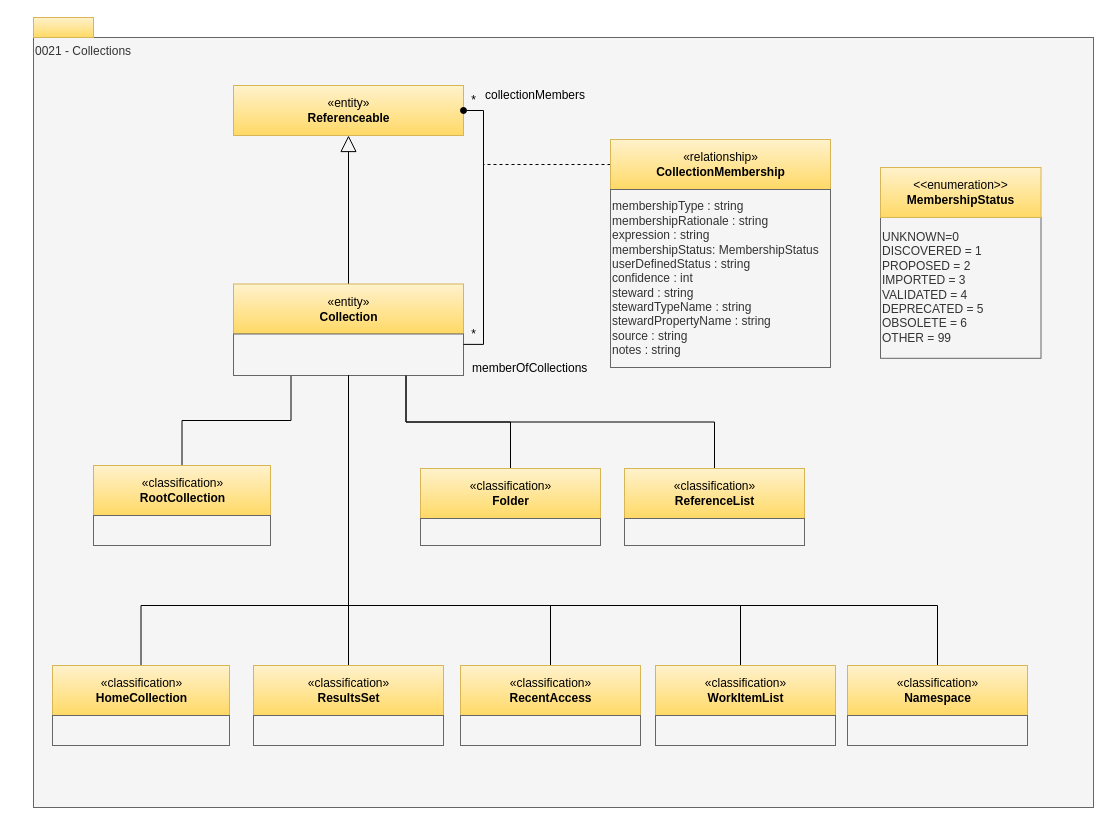
This is page "0021-Collections" (15 of 31) of site/docs/types/0/area-0-basic-types-and-infrastructure.drawio from odpi/egeria-docs, a draw.io file, before an edit. Source tidied: cells renumbered, new cells numbered last; positions are measured from the earlier drawing's top-left corner, leaving out a move shared by most shapes. Both pictures are drawn from the tidied source at 100%, with x=0, y=0 at pixel (33, 17).
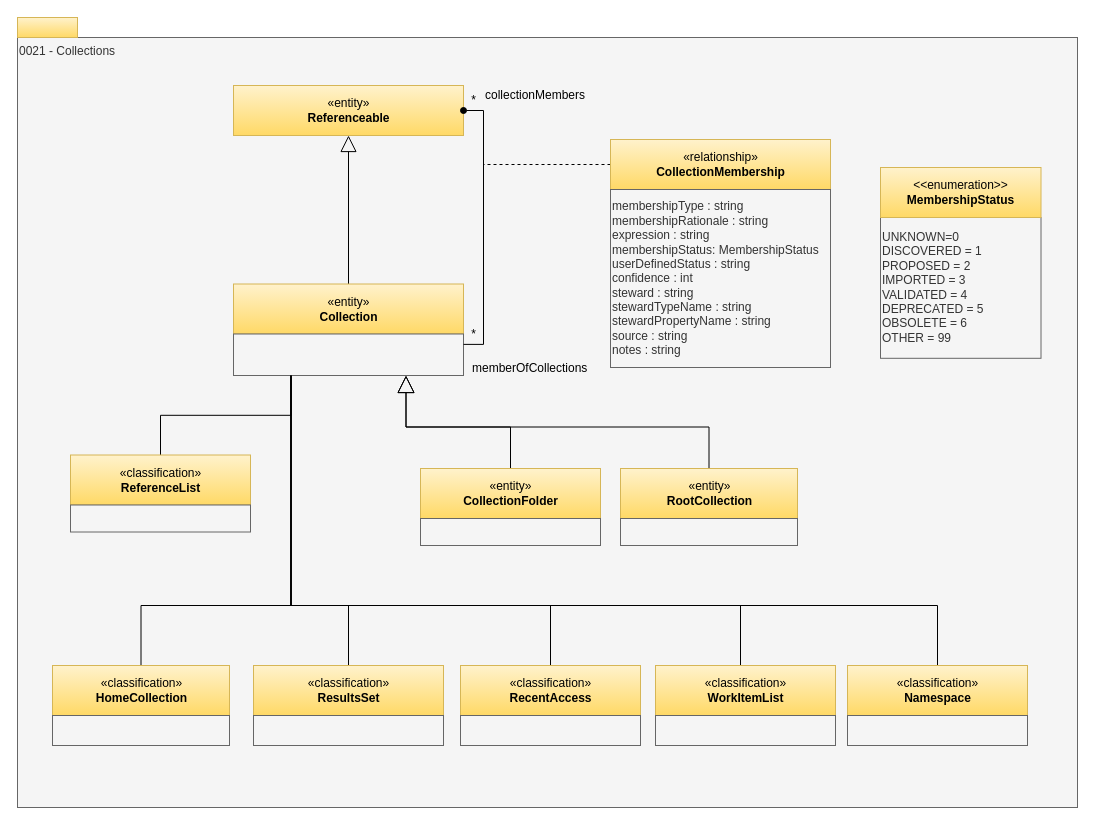
The same page after the edit.

Unchanged cells that the change refers to:
```xml
<mxCell id="10" style="rounded=0;whiteSpace=wrap;html=1;align=left;fillColor=#f5f5f5;fontColor=#333333;strokeColor=#666666;" parent="1" vertex="1">
  <mxGeometry x="200" y="316.5" width="230" height="41.5" as="geometry" />
</mxCell>
<mxCell id="26" value="«classification»&lt;br&gt;&lt;b&gt;ResultsSet&lt;/b&gt;" style="html=1;strokeColor=#d6b656;align=center;fillColor=#fff2cc;gradientColor=#ffd966;" parent="1" vertex="1">
  <mxGeometry x="220" y="648" width="190" height="50" as="geometry" />
</mxCell>
<mxCell id="28" value="«classification»&lt;br&gt;&lt;b&gt;HomeCollection&lt;/b&gt;" style="html=1;strokeColor=#d6b656;align=center;fillColor=#fff2cc;gradientColor=#ffd966;" parent="1" vertex="1">
  <mxGeometry x="19" y="648" width="177" height="50" as="geometry" />
</mxCell>
<mxCell id="31" value="«classification»&lt;br&gt;&lt;b&gt;RecentAccess&lt;/b&gt;" style="html=1;strokeColor=#d6b656;align=center;fillColor=#fff2cc;gradientColor=#ffd966;" parent="1" vertex="1">
  <mxGeometry x="427" y="648" width="180" height="50" as="geometry" />
</mxCell>
<mxCell id="34" value="«classification»&lt;br&gt;&lt;b&gt;WorkItemList&lt;/b&gt;" style="html=1;strokeColor=#d6b656;align=center;fillColor=#fff2cc;gradientColor=#ffd966;" parent="1" vertex="1">
  <mxGeometry x="622" y="648" width="180" height="50" as="geometry" />
</mxCell>
<mxCell id="37" value="«classification»&lt;br&gt;&lt;b&gt;Namespace&lt;/b&gt;" style="html=1;strokeColor=#d6b656;align=center;fillColor=#fff2cc;gradientColor=#ffd966;" parent="1" vertex="1">
  <mxGeometry x="814" y="648" width="180" height="50" as="geometry" />
</mxCell>
```

What changed in the source:
```diff
@@
     <mxCell id="2" value="0021 - Collections" style="rounded=0;whiteSpace=wrap;html=1;align=left;verticalAlign=top;fillColor=#f5f5f5;fontColor=#333333;strokeColor=#666666;" parent="1" vertex="1">
-      <mxGeometry y="20" width="1060" height="770" as="geometry" />
+      <mxGeometry x="-16" y="20" width="1060" height="770" as="geometry" />
     </mxCell>
@@
     <mxCell id="5" style="html=1;strokeColor=#d6b656;align=center;fillColor=#fff2cc;gradientColor=#ffd966;" parent="1" vertex="1">
-      <mxGeometry width="60" height="20" as="geometry" />
+      <mxGeometry x="-16" width="60" height="20" as="geometry" />
     </mxCell>
-    <mxCell id="6" style="edgeStyle=orthogonalEdgeStyle;rounded=0;html=1;exitX=0.75;exitY=1;endArrow=none;endFill=0;jettySize=auto;" parent="1" edge="1" source="10" target="21">
+    <mxCell id="6" style="edgeStyle=orthogonalEdgeStyle;rounded=0;html=1;exitX=0.5;exitY=0;endArrow=block;endFill=0;jettySize=auto;strokeWidth=1;endSize=15;entryX=0.75;entryY=1;entryDx=0;entryDy=0;exitDx=0;exitDy=0;" parent="1" edge="1" source="21" target="10">
       <mxGeometry relative="1" as="geometry" />
     </mxCell>
-    <mxCell id="7" style="edgeStyle=orthogonalEdgeStyle;rounded=0;html=1;exitX=0.25;exitY=1;endArrow=none;endFill=0;jettySize=auto;" parent="1" edge="1" source="10" target="11">
+    <mxCell id="7" style="edgeStyle=orthogonalEdgeStyle;rounded=0;html=1;exitX=0.5;exitY=0;endArrow=block;endFill=0;jettySize=auto;endSize=15;entryX=0.75;entryY=1;entryDx=0;entryDy=0;exitDx=0;exitDy=0;" parent="1" edge="1" source="11" target="10">
       <mxGeometry relative="1" as="geometry" />
     </mxCell>
-    <mxCell id="8" style="edgeStyle=orthogonalEdgeStyle;rounded=0;jettySize=auto;html=1;exitX=0.5;exitY=1;exitDx=0;exitDy=0;entryX=0.5;entryY=0;entryDx=0;entryDy=0;endArrow=none;endFill=0;" parent="1" edge="1" source="10" target="28">
+    <mxCell id="8" style="edgeStyle=orthogonalEdgeStyle;rounded=0;jettySize=auto;html=1;exitX=0.25;exitY=1;exitDx=0;exitDy=0;entryX=0.5;entryY=0;entryDx=0;entryDy=0;endArrow=none;endFill=0;" parent="1" edge="1" source="10" target="28">
       <mxGeometry relative="1" as="geometry">
         <Array as="points">
-          <mxPoint x="315" y="588" />
+          <mxPoint x="258" y="588" />
           <mxPoint x="108" y="588" />
         </Array>
       </mxGeometry>
     </mxCell>
-    <mxCell id="9" style="edgeStyle=orthogonalEdgeStyle;rounded=0;jettySize=auto;html=1;exitX=0.5;exitY=1;exitDx=0;exitDy=0;entryX=0.5;entryY=0;entryDx=0;entryDy=0;endArrow=none;endFill=0;" parent="1" edge="1" source="10" target="26">
-      <mxGeometry relative="1" as="geometry" />
+    <mxCell id="9" style="edgeStyle=orthogonalEdgeStyle;rounded=0;jettySize=auto;html=1;exitX=0.25;exitY=1;exitDx=0;exitDy=0;entryX=0.5;entryY=0;entryDx=0;entryDy=0;endArrow=none;endFill=0;" parent="1" edge="1" source="10" target="26">
+      <mxGeometry relative="1" as="geometry">
+        <Array as="points">
+          <mxPoint x="258" y="588" />
+          <mxPoint x="315" y="588" />
+        </Array>
+      </mxGeometry>
     </mxCell>
@@
-    <mxCell id="11" value="«classification»&lt;br&gt;&lt;b&gt;RootCollection&lt;/b&gt;" style="html=1;strokeColor=#d6b656;align=center;fillColor=#fff2cc;gradientColor=#ffd966;" parent="1" vertex="1">
-      <mxGeometry x="60" y="448" width="177" height="50" as="geometry" />
+    <mxCell id="11" value="«entity»&lt;br&gt;&lt;b&gt;RootCollection&lt;/b&gt;" style="html=1;strokeColor=#d6b656;align=center;fillColor=#fff2cc;gradientColor=#ffd966;" parent="1" vertex="1">
+      <mxGeometry x="587" y="451" width="177" height="50" as="geometry" />
     </mxCell>
     <mxCell id="12" style="rounded=0;whiteSpace=wrap;html=1;align=left;fillColor=#f5f5f5;fontColor=#333333;strokeColor=#666666;" parent="1" vertex="1">
-      <mxGeometry x="60" y="498" width="177" height="30" as="geometry" />
+      <mxGeometry x="587" y="501" width="177" height="27" as="geometry" />
     </mxCell>
@@
-    <mxCell id="21" value="«classification»&lt;br&gt;&lt;b&gt;Folder&lt;/b&gt;" style="html=1;strokeColor=#d6b656;align=center;fillColor=#fff2cc;gradientColor=#ffd966;" parent="1" vertex="1">
+    <mxCell id="21" value="«entity»&lt;br&gt;&lt;b&gt;CollectionFolder&lt;/b&gt;" style="html=1;strokeColor=#d6b656;align=center;fillColor=#fff2cc;gradientColor=#ffd966;" parent="1" vertex="1">
       <mxGeometry x="387" y="451" width="180" height="50" as="geometry" />
     </mxCell>
@@
-    <mxCell id="30" style="edgeStyle=orthogonalEdgeStyle;rounded=0;html=1;exitX=0.5;exitY=1;endArrow=none;endFill=0;jettySize=auto;exitDx=0;exitDy=0;" parent="1" edge="1" source="10" target="31">
+    <mxCell id="30" style="edgeStyle=orthogonalEdgeStyle;rounded=0;html=1;exitX=0.25;exitY=1;endArrow=none;endFill=0;jettySize=auto;exitDx=0;exitDy=0;" parent="1" edge="1" source="10" target="31">
       <mxGeometry relative="1" as="geometry">
         <Array as="points">
-          <mxPoint x="315" y="588" />
+          <mxPoint x="258" y="588" />
           <mxPoint x="517" y="588" />
         </Array>
       </mxGeometry>
     </mxCell>
@@
-    <mxCell id="33" style="edgeStyle=orthogonalEdgeStyle;rounded=0;html=1;exitX=0.5;exitY=1;endArrow=none;endFill=0;jettySize=auto;exitDx=0;exitDy=0;" parent="1" edge="1" source="10" target="34">
+    <mxCell id="33" style="edgeStyle=orthogonalEdgeStyle;rounded=0;html=1;exitX=0.25;exitY=1;endArrow=none;endFill=0;jettySize=auto;exitDx=0;exitDy=0;" parent="1" edge="1" source="10" target="34">
       <mxGeometry relative="1" as="geometry">
         <Array as="points">
-          <mxPoint x="315" y="588" />
+          <mxPoint x="258" y="588" />
           <mxPoint x="707" y="588" />
         </Array>
       </mxGeometry>
     </mxCell>
@@
-    <mxCell id="36" style="edgeStyle=orthogonalEdgeStyle;rounded=0;jettySize=auto;html=1;exitX=0.5;exitY=0;exitDx=0;exitDy=0;endArrow=none;startFill=0;" parent="1" edge="1" source="37" target="10">
+    <mxCell id="36" style="edgeStyle=orthogonalEdgeStyle;rounded=0;jettySize=auto;html=1;exitX=0.5;exitY=0;exitDx=0;exitDy=0;endArrow=none;startFill=0;entryX=0.25;entryY=1;entryDx=0;entryDy=0;" parent="1" edge="1" source="37" target="10">
       <mxGeometry relative="1" as="geometry">
         <Array as="points">
           <mxPoint x="904" y="588" />
-          <mxPoint x="315" y="588" />
+          <mxPoint x="258" y="588" />
         </Array>
       </mxGeometry>
     </mxCell>
@@
-    <mxCell id="39" style="edgeStyle=orthogonalEdgeStyle;rounded=0;html=1;exitX=0.75;exitY=1;endArrow=none;endFill=0;jettySize=auto;exitDx=0;exitDy=0;" parent="1" edge="1" source="10" target="40">
+    <mxCell id="39" style="edgeStyle=orthogonalEdgeStyle;rounded=0;html=1;exitX=0.25;exitY=1;endArrow=none;endFill=0;jettySize=auto;exitDx=0;exitDy=0;" parent="1" edge="1" source="10" target="40">
       <mxGeometry relative="1" as="geometry" />
     </mxCell>
     <mxCell id="40" value="«classification»&lt;br&gt;&lt;b&gt;ReferenceList&lt;/b&gt;" style="html=1;strokeColor=#d6b656;align=center;fillColor=#fff2cc;gradientColor=#ffd966;" parent="1" vertex="1">
-      <mxGeometry x="591" y="451" width="180" height="50" as="geometry" />
+      <mxGeometry x="37" y="437.5" width="180" height="50" as="geometry" />
     </mxCell>
     <mxCell id="41" style="rounded=0;whiteSpace=wrap;html=1;align=left;fillColor=#f5f5f5;fontColor=#333333;strokeColor=#666666;" parent="1" vertex="1">
-      <mxGeometry x="591" y="501" width="180" height="27" as="geometry" />
+      <mxGeometry x="37" y="487.5" width="180" height="27" as="geometry" />
     </mxCell>
```
